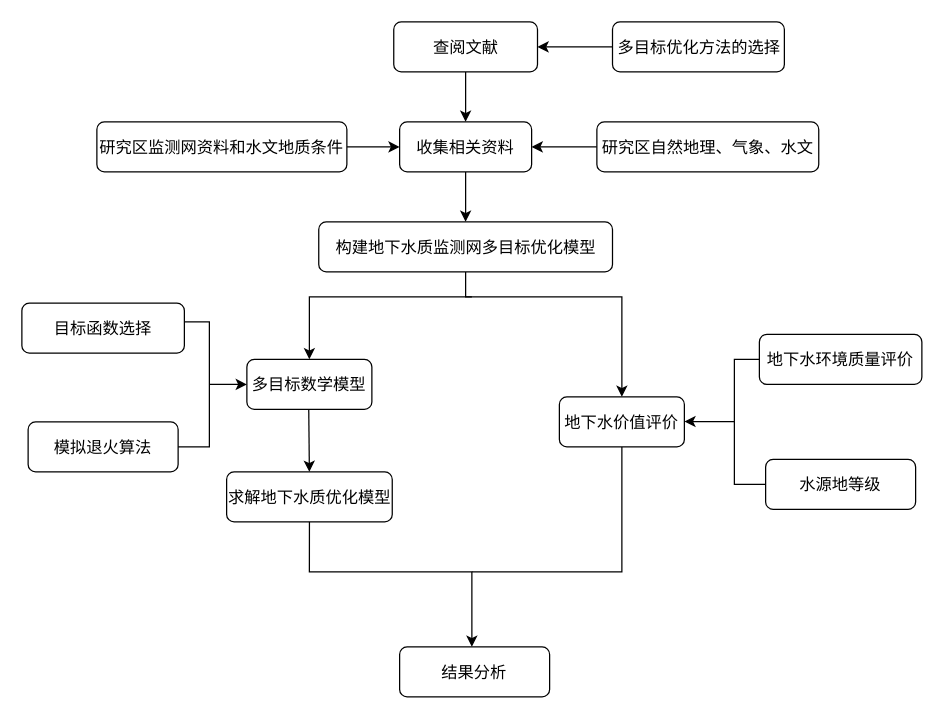
Before: Untitled Diagram.drawio in yancong723/wodexuexi, a draw.io diagram. Source tidied: cells renumbered, new cells numbered last; positions are measured from the earlier drawing's top-left corner, leaving out a move shared by most shapes. Both pictures are drawn from the tidied source at 125%, with x=0, y=0 at pixel (21, 21).
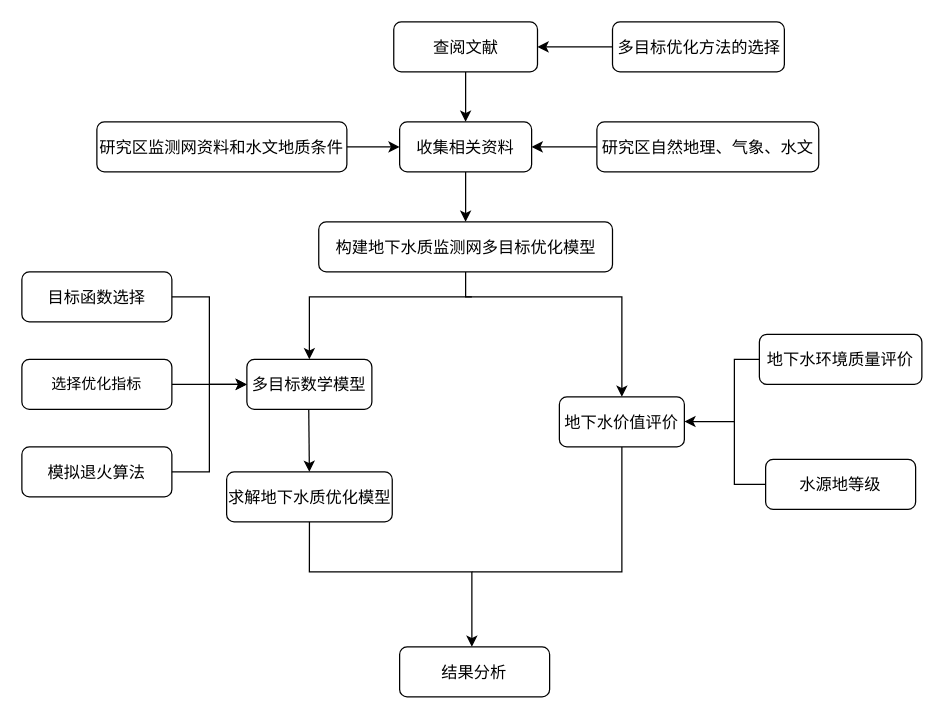
The same diagram, later.

Commit message:
Update Untitled paper

The change refers to these unchanged cells:
```xml
<mxCell id="16" value="多目标数学模型" style="whiteSpace=wrap;html=1;rounded=1;direction=south;labelBackgroundColor=none;fontSize=13;" parent="1" vertex="1">
  <mxGeometry x="180" y="270" width="100" height="40" as="geometry" />
</mxCell>
```

What changed in the source:
```diff
@@
     <mxCell id="21" value="目标函数选择" style="rounded=1;whiteSpace=wrap;html=1;labelBackgroundColor=none;strokeWidth=1;fontSize=13;" parent="1" vertex="1">
-      <mxGeometry y="225" width="130" height="40" as="geometry" />
+      <mxGeometry y="200" width="120" height="40" as="geometry" />
     </mxCell>
     <mxCell id="22" value="模拟退火算法" style="whiteSpace=wrap;html=1;rounded=1;direction=south;labelBackgroundColor=none;fontSize=13;" parent="1" vertex="1">
-      <mxGeometry x="5" y="320" width="120" height="40" as="geometry" />
+      <mxGeometry y="340" width="120" height="40" as="geometry" />
     </mxCell>
-    <mxCell id="23" style="endArrow=none;html=1;fontSize=13;rounded=0;exitX=0.5;exitY=0;exitDx=0;exitDy=0;" parent="1" edge="1" source="22">
+    <mxCell id="23" style="endArrow=none;html=1;fontSize=13;rounded=0;exitX=0.5;exitY=0;exitDx=0;exitDy=0;entryX=1;entryY=0.5;entryDx=0;entryDy=0;" parent="1" edge="1" source="22" target="21">
       <mxGeometry relative="1" as="geometry">
-        <mxPoint x="130" y="240" as="targetPoint" />
         <Array as="points">
-          <mxPoint x="150" y="340" />
-          <mxPoint x="150" y="240" />
+          <mxPoint x="150" y="360" />
+          <mxPoint x="150" y="220" />
         </Array>
       </mxGeometry>
     </mxCell>
@@
+    <mxCell id="30" style="edgeStyle=orthogonalEdgeStyle;rounded=0;jettySize=auto;html=1;" parent="1" edge="1" source="31" target="16">
+      <mxGeometry relative="1" as="geometry" />
+    </mxCell>
+    <mxCell id="31" value="选择优化指标" style="rounded=1;whiteSpace=wrap;html=1;" parent="1" vertex="1">
+      <mxGeometry y="270" width="120" height="40" as="geometry" />
+    </mxCell>
```
